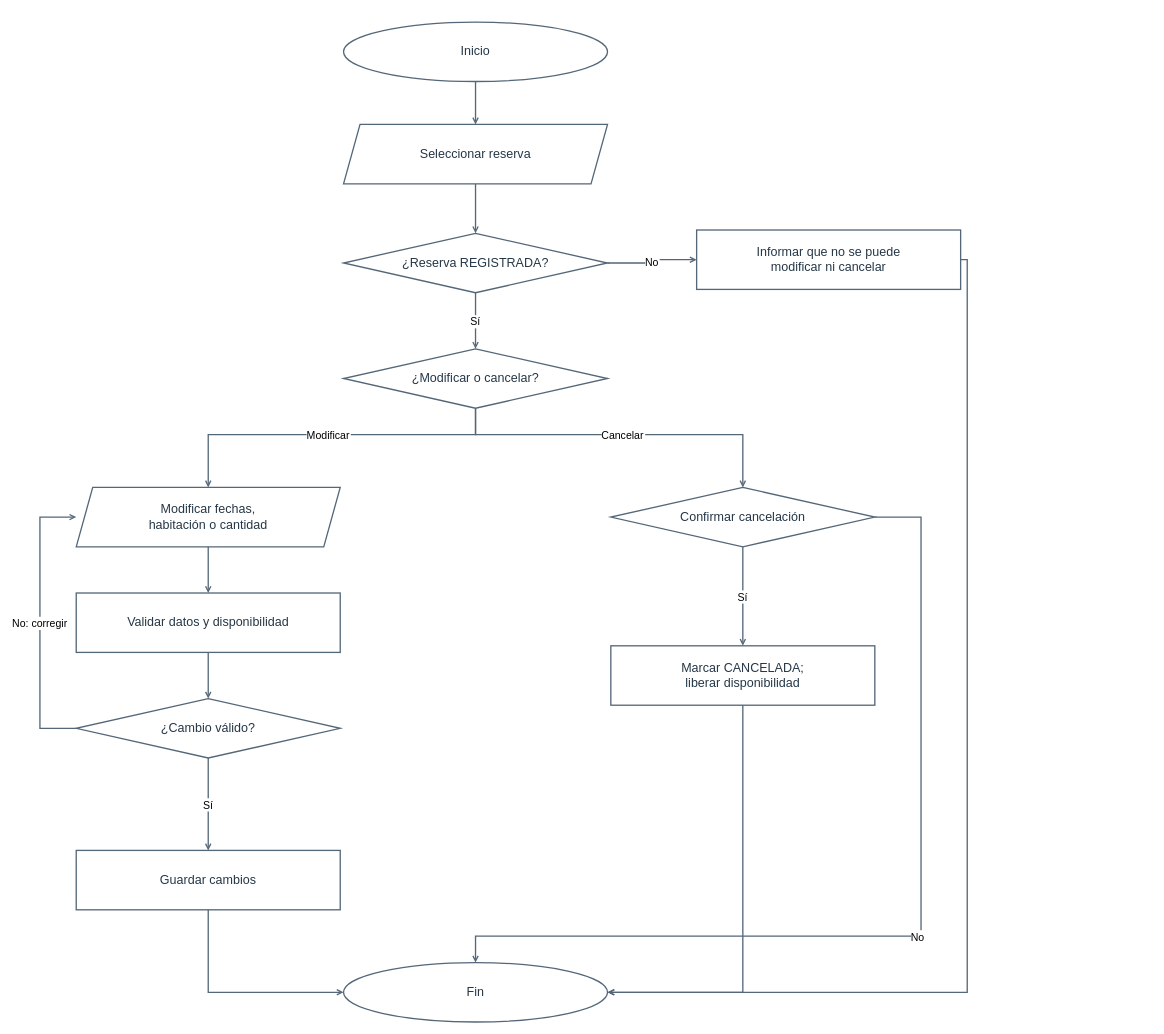
The draw.io diagram diagramas-editables/flujo-gestion-reservas.drawio in Yutre3/hotel-duerme-bien, before the edit. Source tidied: cells renumbered, new cells numbered last; positions are measured from the earlier drawing's top-left corner, leaving out a move shared by most shapes. Both pictures are drawn from the tidied source at 66%, with x=0, y=0 at pixel (40, 22).
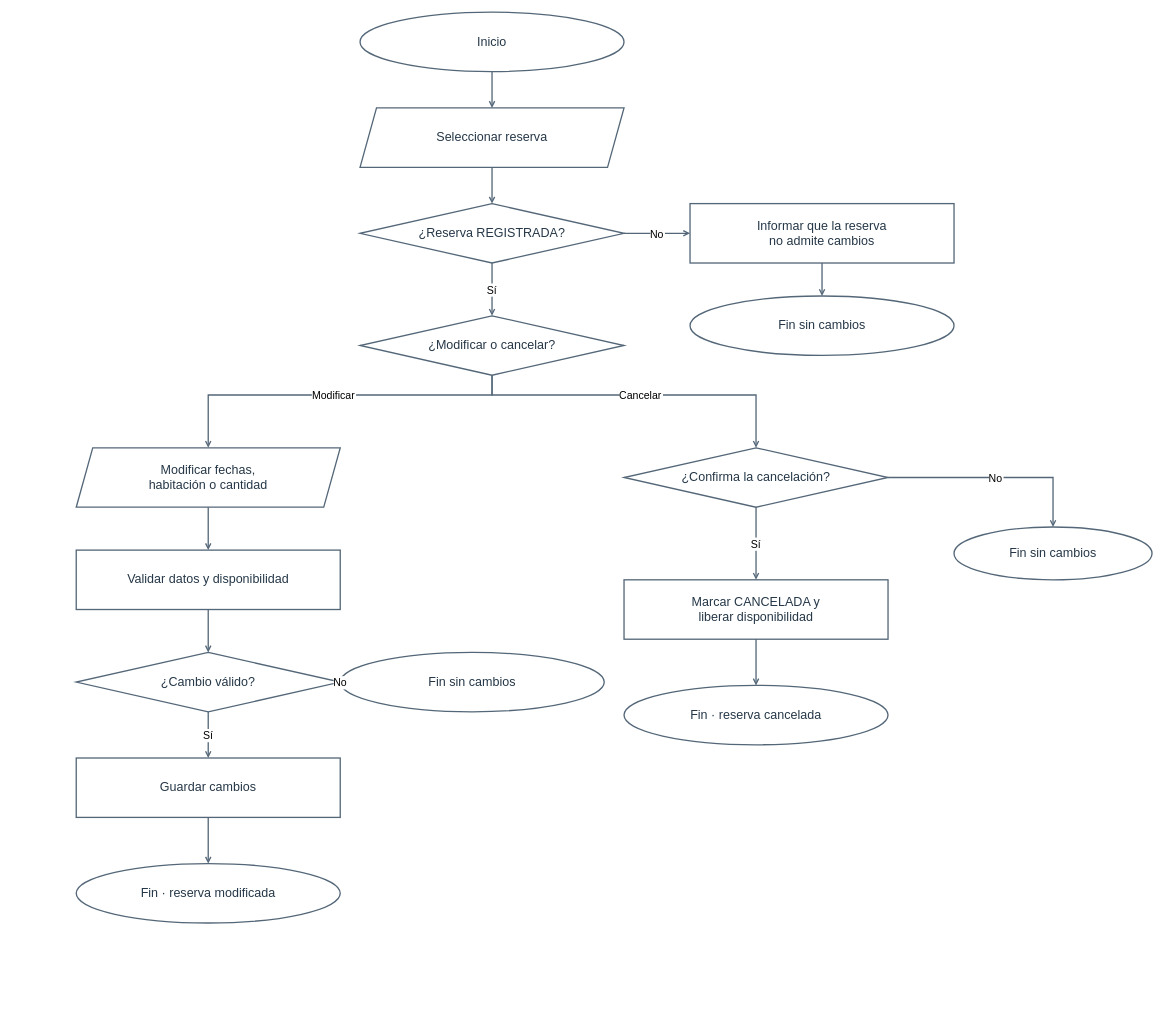
Above is the later version.

The edit, as a diff of the source:
```diff
@@
     <mxCell id="2" value="Inicio" style="ellipse;html=0;whiteSpace=wrap;strokeColor=#546778;strokeWidth=2;fillColor=#ffffff;fontColor=#253747;fontSize=19;" parent="1" vertex="1">
-      <mxGeometry x="460" width="400" height="90" as="geometry" />
+      <mxGeometry x="485" y="-15" width="400" height="90" as="geometry" />
     </mxCell>
     <mxCell id="3" value="Seleccionar reserva" style="shape=parallelogram;fixedSize=1;size=25;html=0;whiteSpace=wrap;strokeColor=#546778;strokeWidth=2;fillColor=#ffffff;fontColor=#253747;fontSize=19;" parent="1" vertex="1">
-      <mxGeometry x="460" y="155" width="400" height="90" as="geometry" />
+      <mxGeometry x="485" y="130" width="400" height="90" as="geometry" />
     </mxCell>
     <mxCell id="4" value="¿Reserva REGISTRADA?" style="rhombus;html=0;whiteSpace=wrap;strokeColor=#546778;strokeWidth=2;fillColor=#ffffff;fontColor=#253747;fontSize=19;" parent="1" vertex="1">
-      <mxGeometry x="460" y="320" width="400" height="90" as="geometry" />
+      <mxGeometry x="485" y="275" width="400" height="90" as="geometry" />
     </mxCell>
     <mxCell id="5" value="¿Modificar o cancelar?" style="rhombus;html=0;whiteSpace=wrap;strokeColor=#546778;strokeWidth=2;fillColor=#ffffff;fontColor=#253747;fontSize=19;" parent="1" vertex="1">
-      <mxGeometry x="460" y="495" width="400" height="90" as="geometry" />
+      <mxGeometry x="485" y="445" width="400" height="90" as="geometry" />
     </mxCell>
+    <mxCell id="13" value="Informar que la reserva&#10;no admite cambios" style="rounded=0;html=0;whiteSpace=wrap;strokeColor=#546778;strokeWidth=2;fillColor=#ffffff;fontColor=#253747;fontSize=19;" parent="1" vertex="1">
+      <mxGeometry x="985" y="275" width="400" height="90" as="geometry" />
+    </mxCell>
+    <mxCell id="29" value="Fin sin cambios" style="ellipse;html=0;whiteSpace=wrap;strokeColor=#546778;strokeWidth=2;fillColor=#ffffff;fontColor=#253747;fontSize=19;" parent="1" vertex="1">
+      <mxGeometry x="985" y="415" width="400" height="90" as="geometry" />
+    </mxCell>
     <mxCell id="6" value="Modificar fechas,&#10;habitación o cantidad" style="shape=parallelogram;fixedSize=1;size=25;html=0;whiteSpace=wrap;strokeColor=#546778;strokeWidth=2;fillColor=#ffffff;fontColor=#253747;fontSize=19;" parent="1" vertex="1">
-      <mxGeometry x="55" y="705" width="400" height="90" as="geometry" />
+      <mxGeometry x="55" y="645" width="400" height="90" as="geometry" />
     </mxCell>
     <mxCell id="7" value="Validar datos y disponibilidad" style="rounded=0;html=0;whiteSpace=wrap;strokeColor=#546778;strokeWidth=2;fillColor=#ffffff;fontColor=#253747;fontSize=19;" parent="1" vertex="1">
-      <mxGeometry x="55" y="865" width="400" height="90" as="geometry" />
+      <mxGeometry x="55" y="800" width="400" height="90" as="geometry" />
     </mxCell>
     <mxCell id="8" value="¿Cambio válido?" style="rhombus;html=0;whiteSpace=wrap;strokeColor=#546778;strokeWidth=2;fillColor=#ffffff;fontColor=#253747;fontSize=19;" parent="1" vertex="1">
-      <mxGeometry x="55" y="1025" width="400" height="90" as="geometry" />
+      <mxGeometry x="55" y="955" width="400" height="90" as="geometry" />
     </mxCell>
     <mxCell id="9" value="Guardar cambios" style="rounded=0;html=0;whiteSpace=wrap;strokeColor=#546778;strokeWidth=2;fillColor=#ffffff;fontColor=#253747;fontSize=19;" parent="1" vertex="1">
-      <mxGeometry x="55" y="1255" width="400" height="90" as="geometry" />
+      <mxGeometry x="55" y="1115" width="400" height="90" as="geometry" />
     </mxCell>
+    <mxCell id="30" value="Fin · reserva modificada" style="ellipse;html=0;whiteSpace=wrap;strokeColor=#546778;strokeWidth=2;fillColor=#ffffff;fontColor=#253747;fontSize=19;" parent="1" vertex="1">
+      <mxGeometry x="55" y="1275" width="400" height="90" as="geometry" />
+    </mxCell>
+    <mxCell id="31" value="Fin sin cambios" style="ellipse;html=0;whiteSpace=wrap;strokeColor=#546778;strokeWidth=2;fillColor=#ffffff;fontColor=#253747;fontSize=19;" parent="1" vertex="1">
+      <mxGeometry x="455" y="955" width="400" height="90" as="geometry" />
+    </mxCell>
-    <mxCell id="10" value="Confirmar cancelación" style="rhombus;html=0;whiteSpace=wrap;strokeColor=#546778;strokeWidth=2;fillColor=#ffffff;fontColor=#253747;fontSize=19;" parent="1" vertex="1">
-      <mxGeometry x="865" y="705" width="400" height="90" as="geometry" />
+    <mxCell id="10" value="¿Confirma la cancelación?" style="rhombus;html=0;whiteSpace=wrap;strokeColor=#546778;strokeWidth=2;fillColor=#ffffff;fontColor=#253747;fontSize=19;" parent="1" vertex="1">
+      <mxGeometry x="885" y="645" width="400" height="90" as="geometry" />
     </mxCell>
-    <mxCell id="11" value="Marcar CANCELADA;&#10;liberar disponibilidad" style="rounded=0;html=0;whiteSpace=wrap;strokeColor=#546778;strokeWidth=2;fillColor=#ffffff;fontColor=#253747;fontSize=19;" parent="1" vertex="1">
-      <mxGeometry x="865" y="945" width="400" height="90" as="geometry" />
+    <mxCell id="11" value="Marcar CANCELADA y&#10;liberar disponibilidad" style="rounded=0;html=0;whiteSpace=wrap;strokeColor=#546778;strokeWidth=2;fillColor=#ffffff;fontColor=#253747;fontSize=19;" parent="1" vertex="1">
+      <mxGeometry x="885" y="845" width="400" height="90" as="geometry" />
     </mxCell>
-    <mxCell id="12" value="Fin" style="ellipse;html=0;whiteSpace=wrap;strokeColor=#546778;strokeWidth=2;fillColor=#ffffff;fontColor=#253747;fontSize=19;" parent="1" vertex="1">
-      <mxGeometry x="460" y="1425" width="400" height="90" as="geometry" />
-    </mxCell>
-    <mxCell id="13" value="Informar que no se puede&#10;modificar ni cancelar" style="rounded=0;html=0;whiteSpace=wrap;strokeColor=#546778;strokeWidth=2;fillColor=#ffffff;fontColor=#253747;fontSize=19;" parent="1" vertex="1">
-      <mxGeometry x="995" y="315" width="400" height="90" as="geometry" />
-    </mxCell>
+    <mxCell id="32" value="Fin · reserva cancelada" style="ellipse;html=0;whiteSpace=wrap;strokeColor=#546778;strokeWidth=2;fillColor=#ffffff;fontColor=#253747;fontSize=19;" parent="1" vertex="1">
+      <mxGeometry x="885" y="1005" width="400" height="90" as="geometry" />
+    </mxCell>
+    <mxCell id="33" value="Fin sin cambios" style="ellipse;html=0;whiteSpace=wrap;strokeColor=#546778;strokeWidth=2;fillColor=#ffffff;fontColor=#253747;fontSize=19;" parent="1" vertex="1">
+      <mxGeometry x="1385" y="765" width="300" height="80" as="geometry" />
+    </mxCell>
@@
-    <mxCell id="20" value="No" style="html=0;edgeStyle=orthogonalEdgeStyle;jettySize=24;rounded=0;strokeWidth=2;strokeColor=#546778;fontSize=16;endArrow=open;endFill=0;startArrow=none;startFill=0;exitX=1;exitY=0.5;exitPerimeter=0;entryX=0;entryY=0.5;entryPerimeter=0;" parent="1" edge="1" source="4" target="13">
+    <mxCell id="20" style="html=0;edgeStyle=orthogonalEdgeStyle;jettySize=24;rounded=0;strokeWidth=2;strokeColor=#546778;fontSize=16;endArrow=open;endFill=0;startArrow=none;startFill=0;exitX=0.5;exitY=1;exitPerimeter=0;entryX=0.5;entryY=0;entryPerimeter=0;" parent="1" edge="1" source="9" target="30">
       <mxGeometry relative="1" as="geometry" />
     </mxCell>
-    <mxCell id="21" style="html=0;edgeStyle=orthogonalEdgeStyle;jettySize=24;rounded=0;strokeWidth=2;strokeColor=#546778;fontSize=16;endArrow=open;endFill=0;startArrow=none;startFill=0;exitX=1;exitY=0.5;exitPerimeter=0;entryX=1;entryY=0.5;entryPerimeter=0;" parent="1" edge="1" source="13" target="12">
-      <mxGeometry relative="1" as="geometry">
-        <Array as="points">
-          <mxPoint x="1405" y="360" />
-          <mxPoint x="1405" y="1470" />
-        </Array>
-      </mxGeometry>
+    <mxCell id="21" style="html=0;edgeStyle=orthogonalEdgeStyle;jettySize=24;rounded=0;strokeWidth=2;strokeColor=#546778;fontSize=16;endArrow=open;endFill=0;startArrow=none;startFill=0;exitX=0.5;exitY=1;exitPerimeter=0;entryX=0.5;entryY=0;entryPerimeter=0;" parent="1" edge="1" source="13" target="29">
+      <mxGeometry relative="1" as="geometry" />
     </mxCell>
-    <mxCell id="22" value="Modificar" style="html=0;edgeStyle=orthogonalEdgeStyle;jettySize=24;rounded=0;strokeWidth=2;strokeColor=#546778;fontSize=16;endArrow=open;endFill=0;startArrow=none;startFill=0;exitX=0.5;exitY=1;exitPerimeter=0;entryX=0.5;entryY=0;entryPerimeter=0;" parent="1" edge="1" source="5" target="6">
-      <mxGeometry relative="1" as="geometry">
-        <Array as="points">
-          <mxPoint x="255" y="625" />
-        </Array>
-      </mxGeometry>
+    <mxCell id="22" value="Sí" style="html=0;edgeStyle=orthogonalEdgeStyle;jettySize=24;rounded=0;strokeWidth=2;strokeColor=#546778;fontSize=16;endArrow=open;endFill=0;startArrow=none;startFill=0;exitX=0.5;exitY=1;exitPerimeter=0;entryX=0.5;entryY=0;entryPerimeter=0;" parent="1" edge="1" source="10" target="11">
+      <mxGeometry relative="1" as="geometry" />
     </mxCell>
-    <mxCell id="23" value="Cancelar" style="html=0;edgeStyle=orthogonalEdgeStyle;jettySize=24;rounded=0;strokeWidth=2;strokeColor=#546778;fontSize=16;endArrow=open;endFill=0;startArrow=none;startFill=0;exitX=0.5;exitY=1;exitPerimeter=0;entryX=0.5;entryY=0;entryPerimeter=0;" parent="1" edge="1" source="5" target="10">
-      <mxGeometry relative="1" as="geometry">
-        <Array as="points">
-          <mxPoint x="1065" y="625" />
-        </Array>
-      </mxGeometry>
+    <mxCell id="23" style="html=0;edgeStyle=orthogonalEdgeStyle;jettySize=24;rounded=0;strokeWidth=2;strokeColor=#546778;fontSize=16;endArrow=open;endFill=0;startArrow=none;startFill=0;exitX=0.5;exitY=1;exitPerimeter=0;entryX=0.5;entryY=0;entryPerimeter=0;" parent="1" edge="1" source="11" target="32">
+      <mxGeometry relative="1" as="geometry" />
     </mxCell>
-    <mxCell id="24" value="No: corregir" style="html=0;edgeStyle=orthogonalEdgeStyle;jettySize=24;rounded=0;strokeWidth=2;strokeColor=#546778;fontSize=16;endArrow=open;endFill=0;startArrow=none;startFill=0;exitX=0;exitY=0.5;exitPerimeter=0;entryX=0;entryY=0.5;entryPerimeter=0;" parent="1" edge="1" source="8" target="6">
-      <mxGeometry relative="1" as="geometry">
-        <Array as="points">
-          <mxPoint y="1070" />
-          <mxPoint y="750" />
-        </Array>
-      </mxGeometry>
+    <mxCell id="24" value="No" style="html=0;edgeStyle=orthogonalEdgeStyle;jettySize=24;rounded=0;strokeWidth=2;strokeColor=#546778;fontSize=16;endArrow=open;endFill=0;startArrow=none;startFill=0;exitX=1;exitY=0.5;exitPerimeter=0;entryX=0;entryY=0.5;entryPerimeter=0;" parent="1" edge="1" source="4" target="13">
+      <mxGeometry relative="1" as="geometry" />
     </mxCell>
-    <mxCell id="25" style="html=0;edgeStyle=orthogonalEdgeStyle;jettySize=24;rounded=0;strokeWidth=2;strokeColor=#546778;fontSize=16;endArrow=open;endFill=0;startArrow=none;startFill=0;exitX=0.5;exitY=1;exitPerimeter=0;entryX=0;entryY=0.5;entryPerimeter=0;" parent="1" edge="1" source="9" target="12">
+    <mxCell id="25" value="Modificar" style="html=0;edgeStyle=orthogonalEdgeStyle;jettySize=24;rounded=0;strokeWidth=2;strokeColor=#546778;fontSize=16;endArrow=open;endFill=0;startArrow=none;startFill=0;exitX=0.5;exitY=1;exitPerimeter=0;entryX=0.5;entryY=0;entryPerimeter=0;" parent="1" edge="1" source="5" target="6">
       <mxGeometry relative="1" as="geometry">
         <Array as="points">
-          <mxPoint x="255" y="1470" />
+          <mxPoint x="255" y="565" />
         </Array>
       </mxGeometry>
     </mxCell>
-    <mxCell id="26" value="Sí" style="html=0;edgeStyle=orthogonalEdgeStyle;jettySize=24;rounded=0;strokeWidth=2;strokeColor=#546778;fontSize=16;endArrow=open;endFill=0;startArrow=none;startFill=0;exitX=0.5;exitY=1;exitPerimeter=0;entryX=0.5;entryY=0;entryPerimeter=0;" parent="1" edge="1" source="10" target="11">
-      <mxGeometry relative="1" as="geometry" />
+    <mxCell id="26" value="Cancelar" style="html=0;edgeStyle=orthogonalEdgeStyle;jettySize=24;rounded=0;strokeWidth=2;strokeColor=#546778;fontSize=16;endArrow=open;endFill=0;startArrow=none;startFill=0;exitX=0.5;exitY=1;exitPerimeter=0;entryX=0.5;entryY=0;entryPerimeter=0;" parent="1" edge="1" source="5" target="10">
+      <mxGeometry relative="1" as="geometry">
+        <Array as="points">
+          <mxPoint x="1085" y="565" />
+        </Array>
+      </mxGeometry>
     </mxCell>
-    <mxCell id="27" value="No" style="html=0;edgeStyle=orthogonalEdgeStyle;jettySize=24;rounded=0;strokeWidth=2;strokeColor=#546778;fontSize=16;endArrow=open;endFill=0;startArrow=none;startFill=0;exitX=1;exitY=0.5;exitPerimeter=0;entryX=0.5;entryY=0;entryPerimeter=0;" parent="1" edge="1" source="10" target="12">
-      <mxGeometry relative="1" as="geometry">
-        <Array as="points">
-          <mxPoint x="1335" y="750" />
-          <mxPoint x="1335" y="1385" />
-          <mxPoint x="660" y="1385" />
-        </Array>
-      </mxGeometry>
+    <mxCell id="27" value="No" style="html=0;edgeStyle=orthogonalEdgeStyle;jettySize=24;rounded=0;strokeWidth=2;strokeColor=#546778;fontSize=16;endArrow=open;endFill=0;startArrow=none;startFill=0;exitX=1;exitY=0.5;exitPerimeter=0;entryX=0;entryY=0.5;entryPerimeter=0;" parent="1" edge="1" source="8" target="31">
+      <mxGeometry relative="1" as="geometry" />
     </mxCell>
-    <mxCell id="28" style="html=0;edgeStyle=orthogonalEdgeStyle;jettySize=24;rounded=0;strokeWidth=2;strokeColor=#546778;fontSize=16;endArrow=open;endFill=0;startArrow=none;startFill=0;exitX=0.5;exitY=1;exitPerimeter=0;entryX=1;entryY=0.5;entryPerimeter=0;" parent="1" edge="1" source="11" target="12">
+    <mxCell id="28" value="No" style="html=0;edgeStyle=orthogonalEdgeStyle;jettySize=24;rounded=0;strokeWidth=2;strokeColor=#546778;fontSize=16;endArrow=open;endFill=0;startArrow=none;startFill=0;exitX=1;exitY=0.5;exitPerimeter=0;entryX=0.5;entryY=0;entryPerimeter=0;" parent="1" edge="1" source="10" target="33">
       <mxGeometry relative="1" as="geometry">
         <Array as="points">
-          <mxPoint x="1065" y="1470" />
+          <mxPoint x="1335" y="690" />
+          <mxPoint x="1535" y="690" />
         </Array>
       </mxGeometry>
     </mxCell>
```
